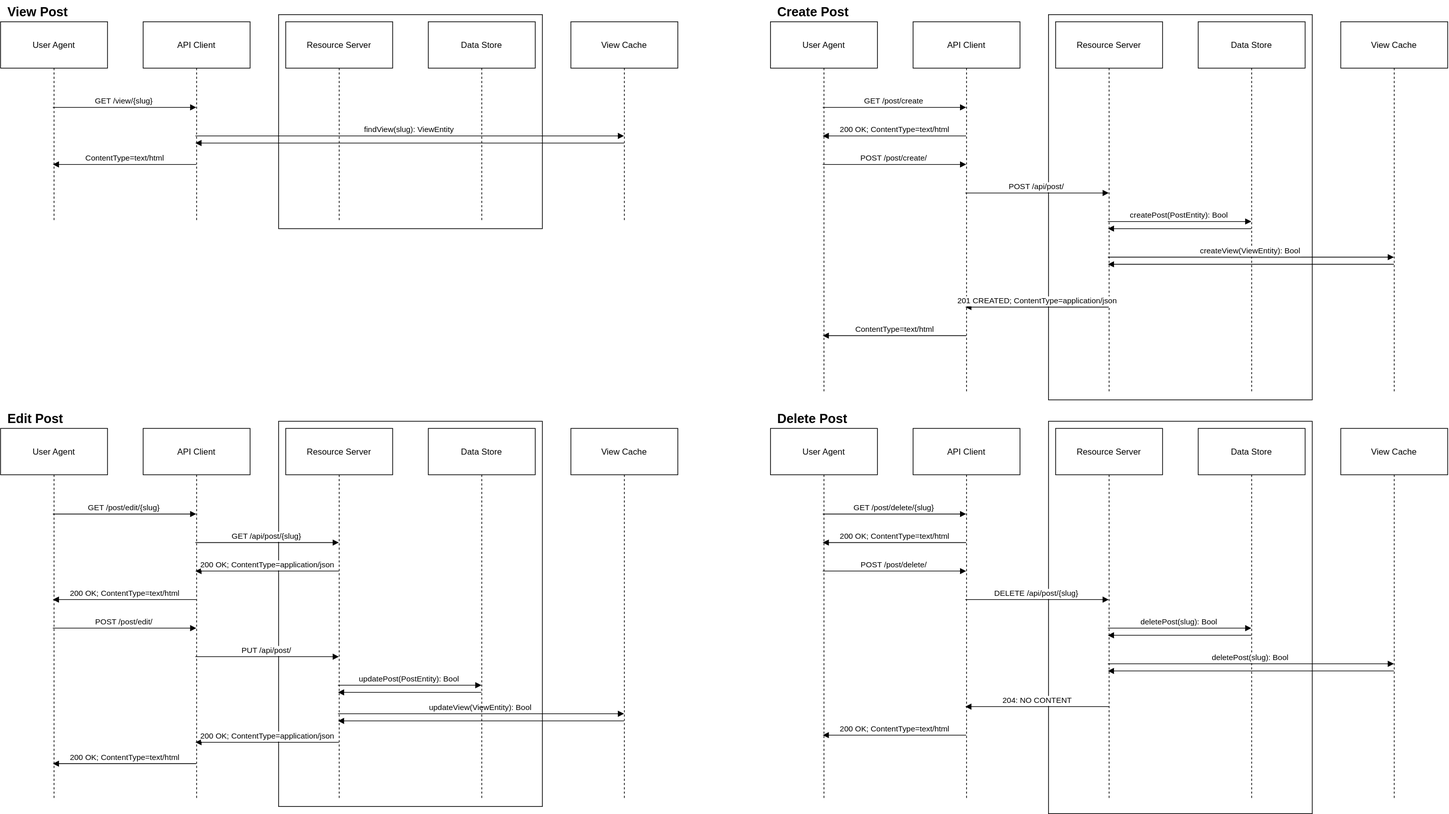
This is api.drawio.svg from alter-kaker/pepper-docs, a draw.io export, as it was before one commit. Source tidied: cells renumbered, new cells last; positions are measured from the earlier drawing's top-left corner, leaving out a move shared by most shapes.
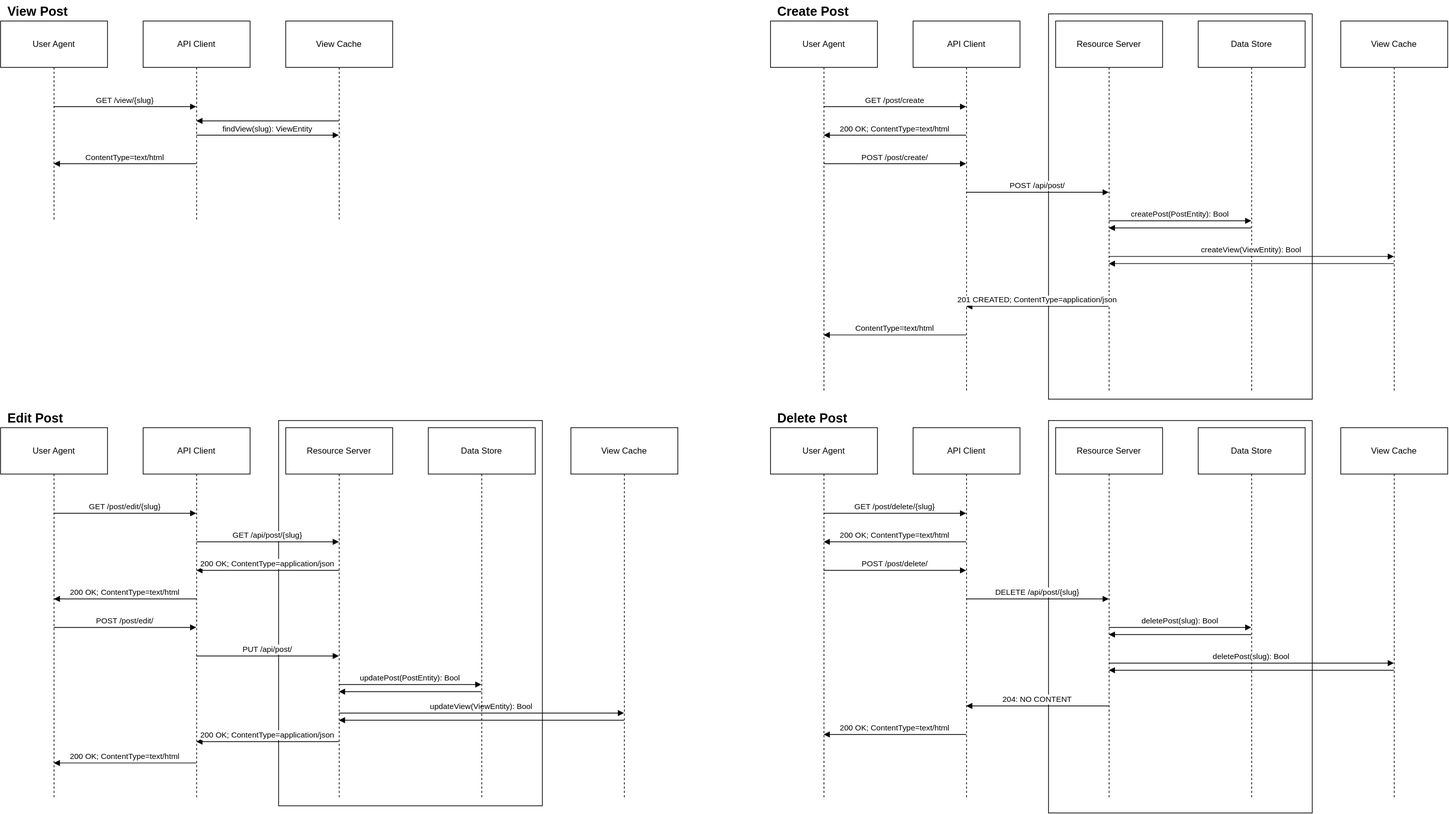
Later version of the same file.

Commit message:
Remove resource server and data store from View flow

What changed in the source:
```diff
@@ -11,11 +11,8 @@
     <mxCell id="4" style="rounded=0;whiteSpace=wrap;html=1;" parent="1" vertex="1">
       <mxGeometry x="390" y="590" width="370" height="540" as="geometry" />
     </mxCell>
-    <mxCell id="5" style="rounded=0;whiteSpace=wrap;html=1;" parent="1" vertex="1">
-      <mxGeometry x="390" y="20" width="370" height="300" as="geometry" />
-    </mxCell>
     <mxCell id="6" value="View Cache" style="shape=umlLifeline;perimeter=lifelinePerimeter;whiteSpace=wrap;outlineConnect=0;portConstraint=eastwest;newEdgeStyle={&quot;edgeStyle&quot;:&quot;elbowEdgeStyle&quot;,&quot;elbow&quot;:&quot;vertical&quot;,&quot;curved&quot;:0,&quot;rounded&quot;:0};size=65;" parent="1" vertex="1">
-      <mxGeometry x="800" y="30" width="150" height="280" as="geometry" />
+      <mxGeometry x="400" y="30" width="150" height="280" as="geometry" />
     </mxCell>
     <mxCell id="7" value="findView(slug): ViewEntity" style="verticalAlign=bottom;endArrow=block;edgeStyle=elbowEdgeStyle;elbow=vertical;curved=0;rounded=0;" parent="1" edge="1" source="8" target="6">
       <mxGeometry relative="1" as="geometry">
@@ -27,9 +24,6 @@
     <mxCell id="8" value="API Client" style="shape=umlLifeline;perimeter=lifelinePerimeter;whiteSpace=wrap;outlineConnect=0;portConstraint=eastwest;newEdgeStyle={&quot;edgeStyle&quot;:&quot;elbowEdgeStyle&quot;,&quot;elbow&quot;:&quot;vertical&quot;,&quot;curved&quot;:0,&quot;rounded&quot;:0};size=65;" parent="1" vertex="1">
       <mxGeometry x="200" y="30" width="150" height="280" as="geometry" />
     </mxCell>
-    <mxCell id="9" value="Resource Server" style="shape=umlLifeline;perimeter=lifelinePerimeter;whiteSpace=wrap;newEdgeStyle={&quot;edgeStyle&quot;:&quot;elbowEdgeStyle&quot;,&quot;elbow&quot;:&quot;vertical&quot;,&quot;curved&quot;:0,&quot;rounded&quot;:0};size=65;" parent="1" vertex="1">
-      <mxGeometry x="400" y="30" width="150" height="280" as="geometry" />
-    </mxCell>
     <mxCell id="10" value="GET /view/{slug}" style="verticalAlign=bottom;endArrow=block;edgeStyle=elbowEdgeStyle;elbow=vertical;curved=0;rounded=0;" parent="1" edge="1" source="12" target="8">
       <mxGeometry relative="1" as="geometry">
         <Array as="points">
@@ -284,9 +278,6 @@
         </Array>
       </mxGeometry>
     </mxCell>
-    <mxCell id="56" value="Data Store" style="shape=umlLifeline;perimeter=lifelinePerimeter;whiteSpace=wrap;newEdgeStyle={&quot;edgeStyle&quot;:&quot;elbowEdgeStyle&quot;,&quot;elbow&quot;:&quot;vertical&quot;,&quot;curved&quot;:0,&quot;rounded&quot;:0};size=65;" parent="1" vertex="1">
-      <mxGeometry x="600" y="30" width="150" height="280" as="geometry" />
-    </mxCell>
     <mxCell id="57" value="Data Store" style="shape=umlLifeline;perimeter=lifelinePerimeter;whiteSpace=wrap;outlineConnect=0;portConstraint=eastwest;newEdgeStyle={&quot;edgeStyle&quot;:&quot;elbowEdgeStyle&quot;,&quot;elbow&quot;:&quot;vertical&quot;,&quot;curved&quot;:0,&quot;rounded&quot;:0};size=65;" parent="1" vertex="1">
       <mxGeometry x="600" y="600" width="150" height="520" as="geometry" />
     </mxCell>
```
